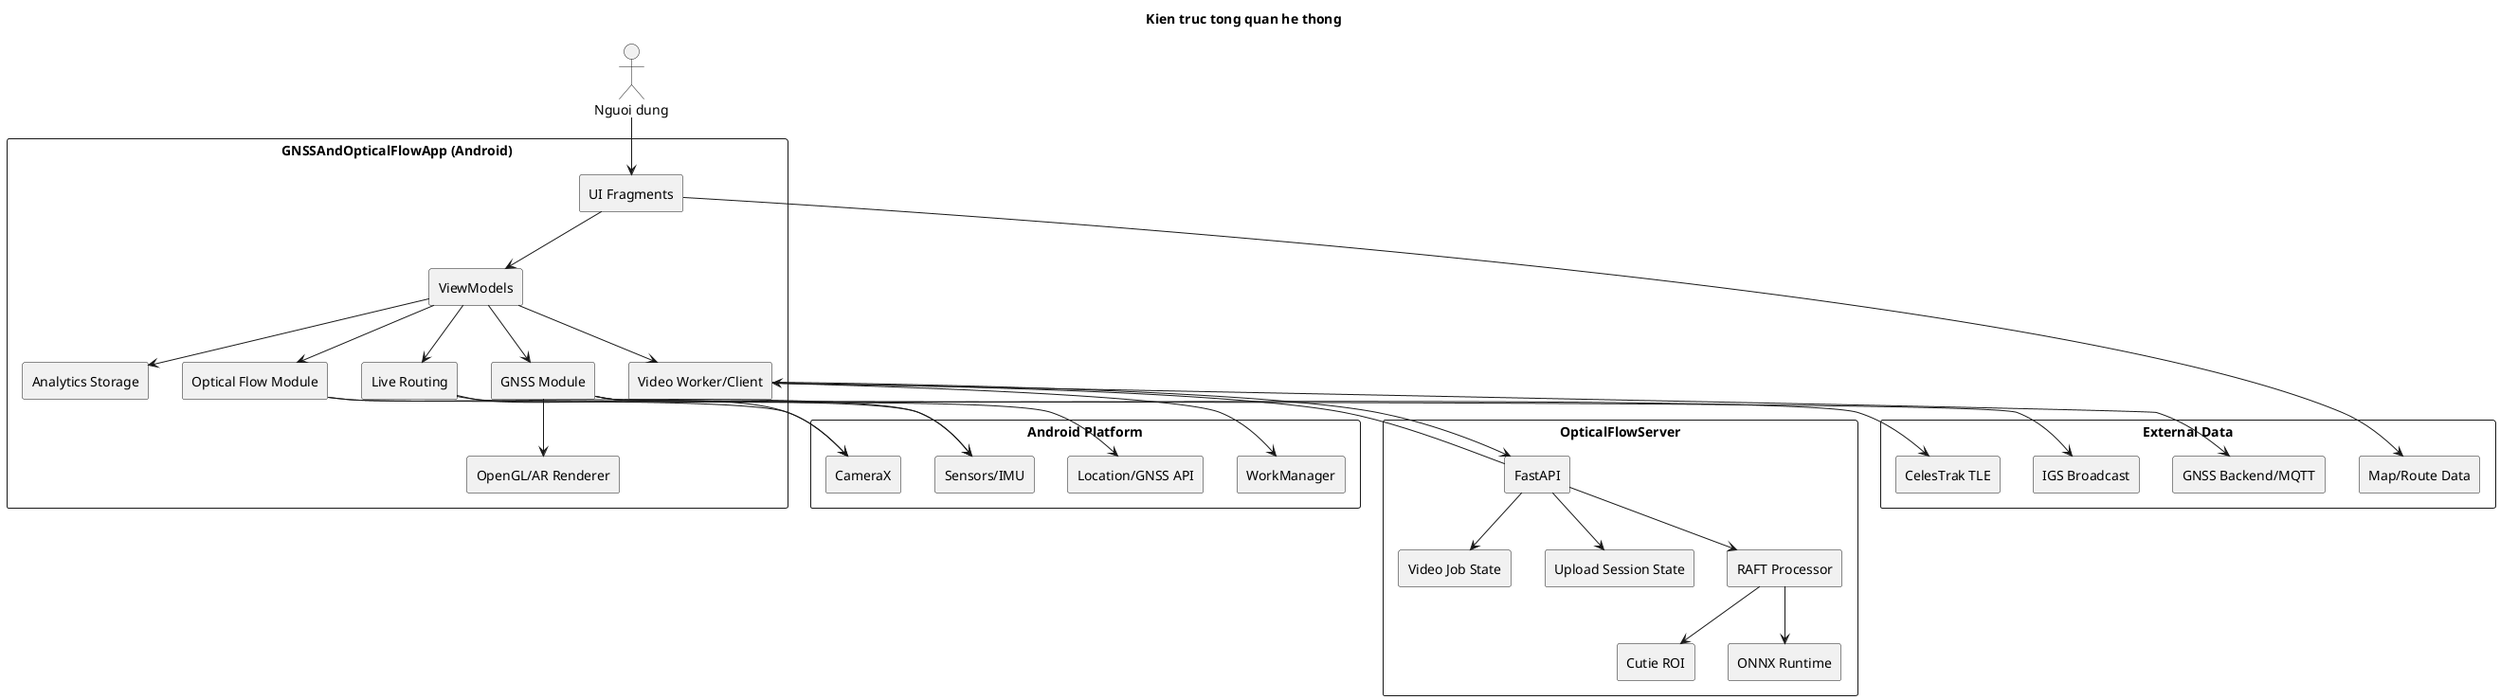
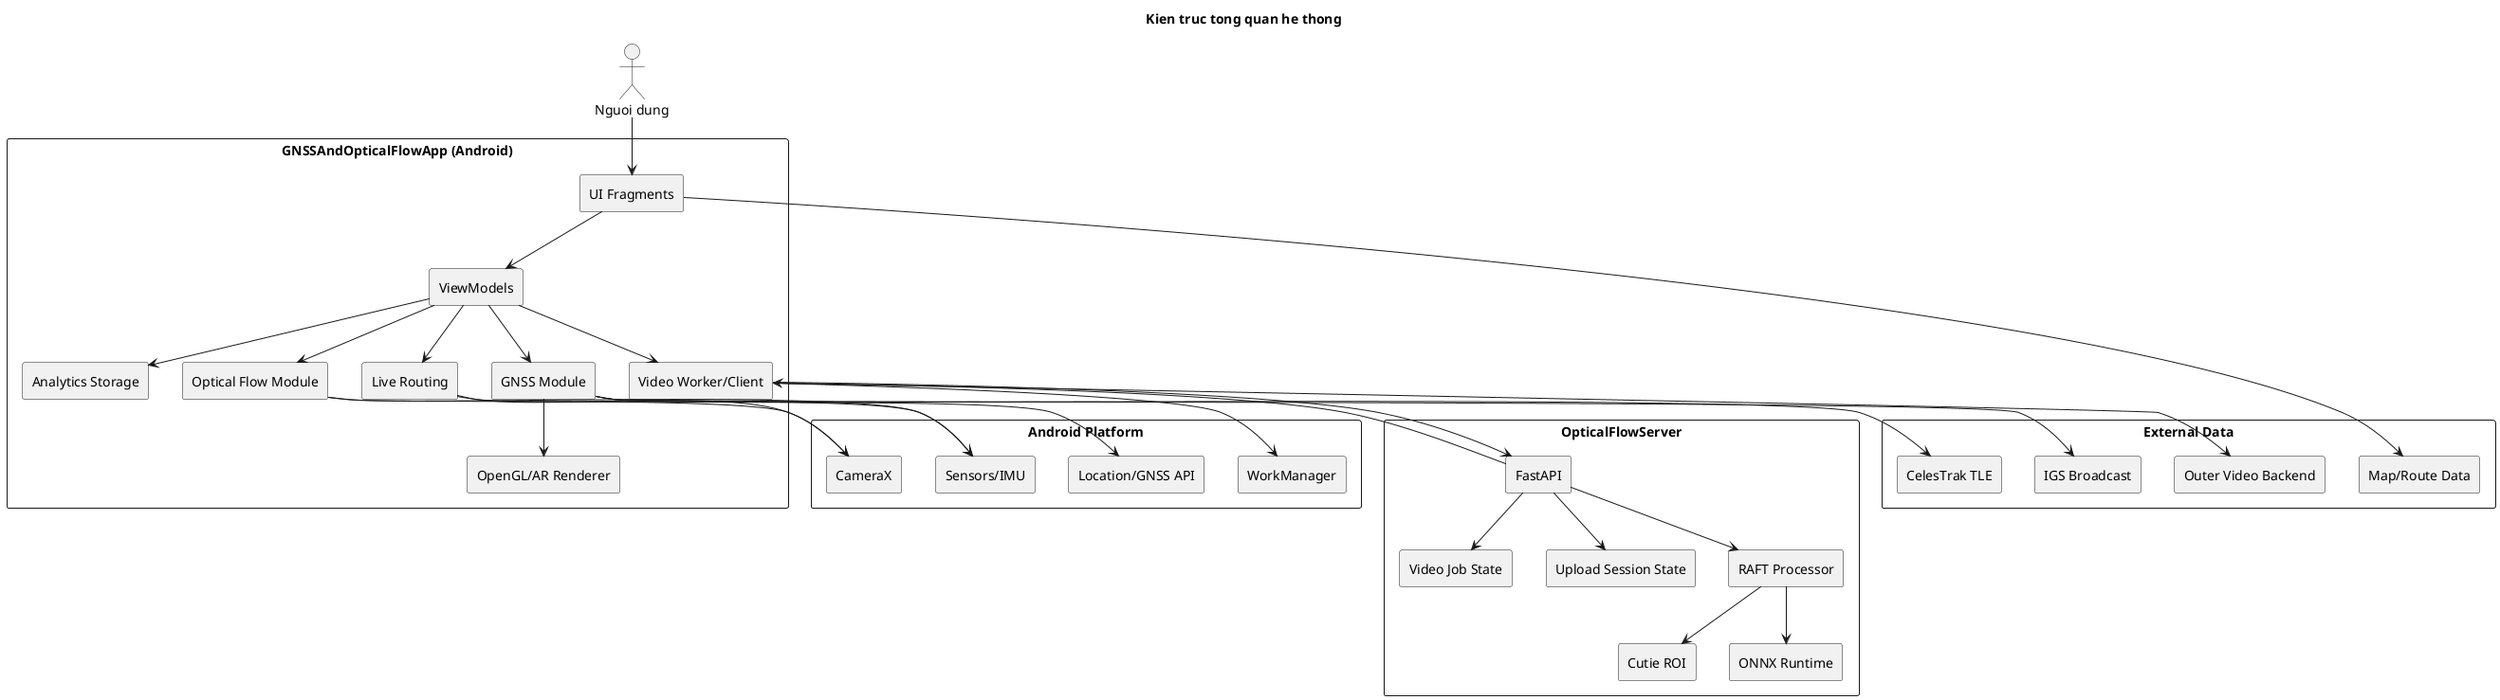
@startuml
title Kien truc tong quan he thong

skinparam componentStyle rectangle
skinparam packageStyle rectangle

actor "Nguoi dung" as User

package "GNSSAndOpticalFlowApp (Android)" {
  component "UI Fragments" as UI
  component "ViewModels" as VM
  component "GNSS Module" as GNSS
  component "Optical Flow Module" as OF
  component "Analytics Storage" as Analytics
  component "Video Worker/Client" as Video
  component "Live Routing" as Routing
  component "OpenGL/AR Renderer" as Renderer
}

package "Android Platform" {
  component "Location/GNSS API" as AndroidGNSS
  component "CameraX" as CameraX
  component "Sensors/IMU" as Sensors
  component "WorkManager" as WorkManager
}

package "External Data" {
  component "IGS Broadcast" as IGS
  component "CelesTrak TLE" as CelesTrak
  component "Map/Route Data" as MapData
-   component "GNSS Backend/MQTT" as Outer
+   component "Outer Video Backend" as OuterVideo
}

package "OpticalFlowServer" {
  component "FastAPI" as API
  component "Video Job State" as Job
  component "Upload Session State" as Upload
  component "RAFT Processor" as RAFT
  component "Cutie ROI" as Cutie
  component "ONNX Runtime" as ONNX
}

User --> UI
UI --> VM
VM --> GNSS
VM --> OF
VM --> Video
VM --> Analytics
VM --> Routing
GNSS --> AndroidGNSS
GNSS --> IGS
GNSS --> CelesTrak
GNSS --> Renderer
UI --> MapData
OF --> CameraX
OF --> Sensors
Routing --> CameraX
Routing --> Sensors
Video --> WorkManager
Video --> API
- Video --> Outer
+ Video --> OuterVideo
API --> Job
API --> Upload
API --> RAFT
RAFT --> Cutie
RAFT --> ONNX
API --> Video

@enduml
